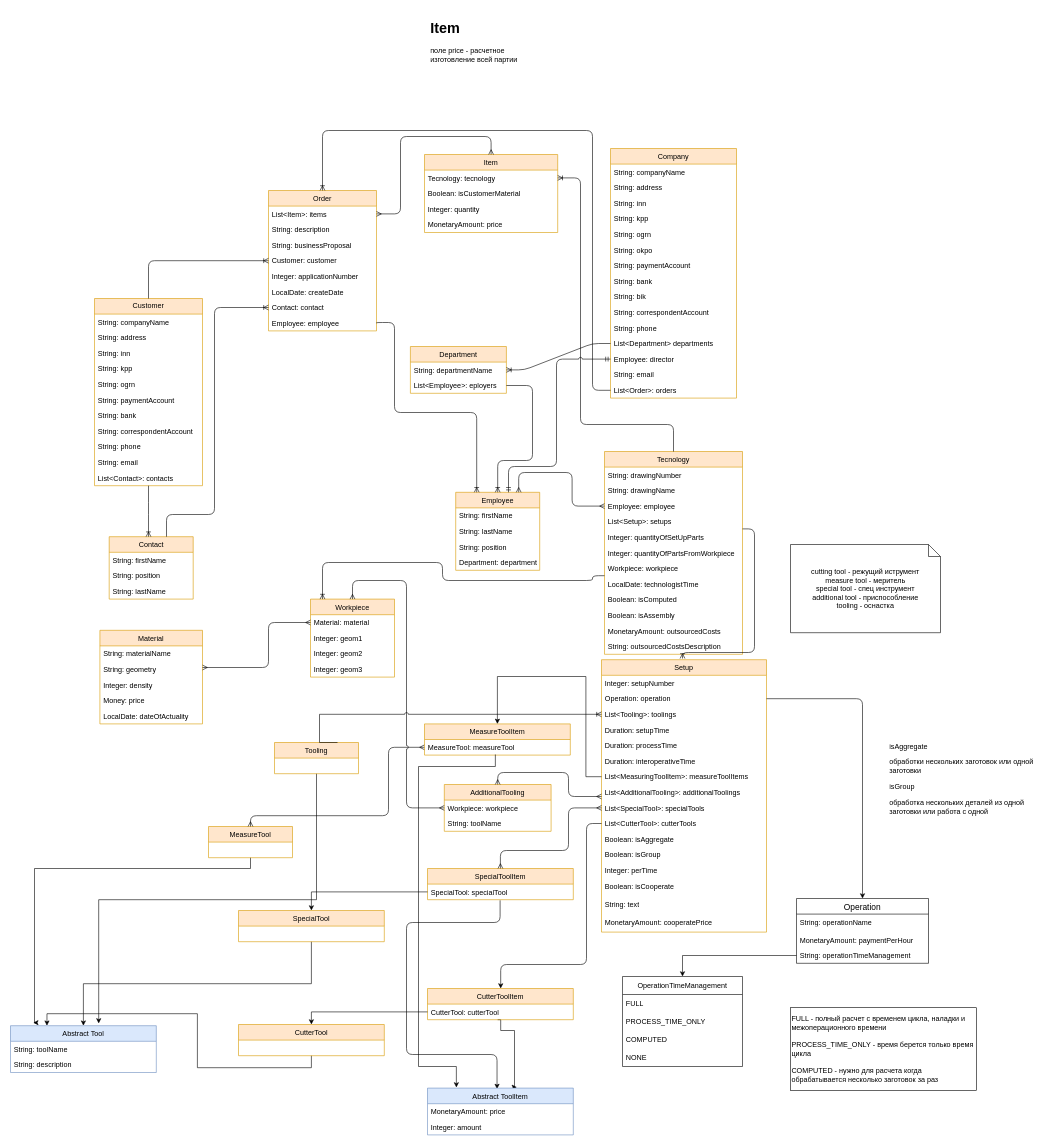
Shaman58/sfsb keeps this draw.io diagram as erp.drawio. Above is the earlier version. Source tidied: cells renumbered, new cells numbered last; positions are measured from the earlier drawing's top-left corner, leaving out a move shared by most shapes. Both pictures are drawn from the tidied source at 60%, with x=0, y=0 at pixel (10, 16).
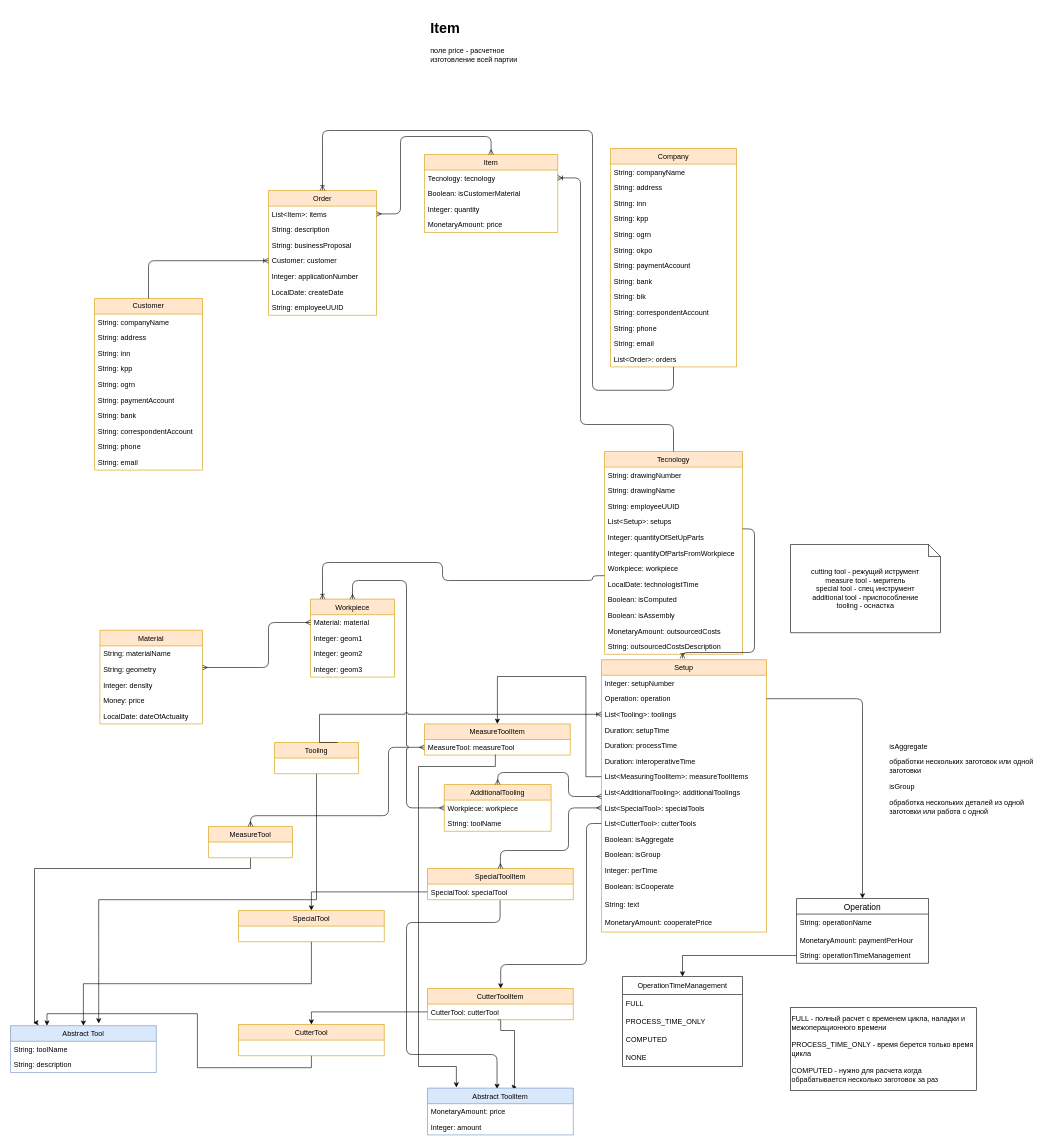
Above is the later version.

The change refers to these unchanged cells:
```xml
<mxCell id="17" value="Tecnology" style="swimlane;fontStyle=0;horizontal=1;startSize=26;fillColor=#ffe6cc;fontSize=12;glass=0;comic=0;strokeColor=#d79b00;" parent="1" vertex="1">
  <mxGeometry x="990" y="725" width="230" height="338" as="geometry" />
</mxCell>
```

The edit, as a diff of the source:
```diff
@@
     <mxCell id="2" value="Order" style="swimlane;fontStyle=0;horizontal=1;startSize=26;fillColor=#ffe6cc;swimlaneLine=1;strokeColor=#d79b00;" parent="1" vertex="1">
-      <mxGeometry x="430" y="290" width="180" height="234" as="geometry" />
+      <mxGeometry x="430" y="290" width="180" height="208" as="geometry" />
     </mxCell>
@@
-    <mxCell id="9" value="Contact: contact" style="text;strokeColor=none;fillColor=none;align=left;verticalAlign=top;spacingLeft=4;spacingRight=4;overflow=hidden;points=[[0,0.5],[1,0.5]];portConstraint=eastwest;fontColor=#000000;" parent="2" vertex="1">
-      <mxGeometry y="182" width="180" height="26" as="geometry" />
-    </mxCell>
-    <mxCell id="10" value="Employee: employee" style="text;strokeColor=none;fillColor=none;align=left;verticalAlign=top;spacingLeft=4;spacingRight=4;overflow=hidden;points=[[0,0.5],[1,0.5]];portConstraint=eastwest;fontColor=#000000;" parent="2" vertex="1">
-      <mxGeometry y="208" width="180" height="26" as="geometry" />
+    <mxCell id="10" value="String: employeeUUID" style="text;strokeColor=none;fillColor=none;align=left;verticalAlign=top;spacingLeft=4;spacingRight=4;overflow=hidden;points=[[0,0.5],[1,0.5]];portConstraint=eastwest;fontColor=#000000;" parent="2" vertex="1">
+      <mxGeometry y="182" width="180" height="26" as="geometry" />
     </mxCell>
@@
-    <mxCell id="20" value="Employee: employee" style="text;strokeColor=none;fillColor=none;align=left;verticalAlign=top;spacingLeft=4;spacingRight=4;overflow=hidden;points=[[0,0.5],[1,0.5]];portConstraint=eastwest;" parent="17" vertex="1">
+    <mxCell id="20" value="String: employeeUUID" style="text;strokeColor=none;fillColor=none;align=left;verticalAlign=top;spacingLeft=4;spacingRight=4;overflow=hidden;points=[[0,0.5],[1,0.5]];portConstraint=eastwest;" parent="17" vertex="1">
       <mxGeometry y="78" width="230" height="26" as="geometry" />
     </mxCell>
@@
-    <mxCell id="37" value="Employee" style="swimlane;fontStyle=0;horizontal=1;startSize=26;fillColor=#ffe6cc;fontSize=12;strokeColor=#d79b00;" parent="1" vertex="1">
-      <mxGeometry x="742" y="793" width="140" height="130" as="geometry" />
-    </mxCell>
-    <mxCell id="38" value="String: firstName" style="text;strokeColor=none;fillColor=none;align=left;verticalAlign=top;spacingLeft=4;spacingRight=4;overflow=hidden;" parent="37" vertex="1">
-      <mxGeometry y="26" width="140" height="26" as="geometry" />
-    </mxCell>
-    <mxCell id="39" value="String: lastName" style="text;strokeColor=none;fillColor=none;align=left;verticalAlign=top;spacingLeft=4;spacingRight=4;overflow=hidden;" parent="37" vertex="1">
-      <mxGeometry y="52" width="140" height="26" as="geometry" />
-    </mxCell>
-    <mxCell id="40" value="String: position" style="text;strokeColor=none;fillColor=none;align=left;verticalAlign=top;spacingLeft=4;spacingRight=4;overflow=hidden;" parent="37" vertex="1">
-      <mxGeometry y="78" width="140" height="26" as="geometry" />
-    </mxCell>
-    <mxCell id="41" value="Department: department" style="text;strokeColor=none;fillColor=none;align=left;verticalAlign=top;spacingLeft=4;spacingRight=4;overflow=hidden;" parent="37" vertex="1">
-      <mxGeometry y="104" width="140" height="26" as="geometry" />
-    </mxCell>
-    <mxCell id="42" style="edgeStyle=orthogonalEdgeStyle;fontSize=12;html=1;endArrow=ERmany;startArrow=ERmany;exitX=0.75;exitY=0;exitDx=0;exitDy=0;entryX=0;entryY=0.5;entryDx=0;entryDy=0;" parent="1" edge="1" source="37" target="20">
-      <mxGeometry relative="1" as="geometry">
-        <Array as="points">
-          <mxPoint x="847" y="760" />
-          <mxPoint x="936" y="760" />
-          <mxPoint x="936" y="816" />
-        </Array>
-      </mxGeometry>
-    </mxCell>
-    <mxCell id="43" value="Department" style="swimlane;fontStyle=0;horizontal=1;startSize=26;fillColor=#ffe6cc;fontSize=12;strokeColor=#d79b00;" parent="1" vertex="1">
-      <mxGeometry x="666.5" y="550" width="160" height="78" as="geometry" />
-    </mxCell>
-    <mxCell id="44" value="String: departmentName" style="text;strokeColor=none;fillColor=none;align=left;verticalAlign=top;spacingLeft=4;spacingRight=4;overflow=hidden;" parent="43" vertex="1">
-      <mxGeometry y="26" width="160" height="26" as="geometry" />
-    </mxCell>
-    <mxCell id="45" value="List&lt;Employee&gt;: eployers" style="text;strokeColor=none;fillColor=none;align=left;verticalAlign=top;spacingLeft=4;spacingRight=4;overflow=hidden;points=[[0,0.5],[1,0.5]];portConstraint=eastwest;" parent="43" vertex="1">
-      <mxGeometry y="52" width="160" height="26" as="geometry" />
-    </mxCell>
-    <mxCell id="46" style="edgeStyle=orthogonalEdgeStyle;fontSize=12;html=1;endArrow=ERoneToMany;rounded=1;entryX=0.5;entryY=0;entryDx=0;entryDy=0;" parent="1" edge="1" source="45" target="37">
-      <mxGeometry relative="1" as="geometry">
-        <Array as="points">
-          <mxPoint x="870" y="615" />
-          <mxPoint x="870" y="740" />
-          <mxPoint x="812" y="740" />
-        </Array>
-      </mxGeometry>
-    </mxCell>
     <mxCell id="47" value="Company" style="swimlane;fontStyle=0;horizontal=1;startSize=26;fillColor=#ffe6cc;fontSize=12;strokeColor=#d79b00;" parent="1" vertex="1">
-      <mxGeometry x="1000" y="220" width="210" height="416" as="geometry" />
+      <mxGeometry x="1000" y="220" width="210" height="364" as="geometry" />
     </mxCell>
@@
-    <mxCell id="59" value="List&lt;Department&gt; departments" style="text;strokeColor=none;fillColor=none;align=left;verticalAlign=top;spacingLeft=4;spacingRight=4;overflow=hidden;points=[[0,0.5],[1,0.5]];portConstraint=eastwest;" parent="47" vertex="1">
-      <mxGeometry y="312" width="210" height="26" as="geometry" />
-    </mxCell>
-    <mxCell id="60" value="Employee: director" style="text;strokeColor=none;fillColor=none;align=left;verticalAlign=top;spacingLeft=4;spacingRight=4;overflow=hidden;points=[[0,0.5],[1,0.5]];portConstraint=eastwest;" parent="47" vertex="1">
-      <mxGeometry y="338" width="210" height="26" as="geometry" />
-    </mxCell>
     <mxCell id="61" value="String: email" style="text;strokeColor=none;fillColor=none;align=left;verticalAlign=top;spacingLeft=4;spacingRight=4;overflow=hidden;" parent="47" vertex="1">
-      <mxGeometry y="364" width="210" height="26" as="geometry" />
+      <mxGeometry y="312" width="210" height="26" as="geometry" />
     </mxCell>
     <mxCell id="62" value="List&lt;Order&gt;: orders" style="text;strokeColor=none;fillColor=none;align=left;verticalAlign=top;spacingLeft=4;spacingRight=4;overflow=hidden;points=[[0,0.5],[1,0.5]];portConstraint=eastwest;" parent="47" vertex="1">
-      <mxGeometry y="390" width="210" height="26" as="geometry" />
+      <mxGeometry y="338" width="210" height="26" as="geometry" />
     </mxCell>
-    <mxCell id="63" style="edgeStyle=entityRelationEdgeStyle;fontSize=12;html=1;endArrow=ERoneToMany;" parent="1" edge="1" source="59" target="43">
-      <mxGeometry relative="1" as="geometry" />
-    </mxCell>
-    <mxCell id="64" style="edgeStyle=orthogonalEdgeStyle;fontSize=12;html=1;endArrow=ERmandOne;startArrow=ERmandOne;entryX=0;entryY=0.5;entryDx=0;entryDy=0;jumpStyle=arc;verticalAlign=middle;" parent="1" edge="1" source="37" target="60">
-      <mxGeometry relative="1" as="geometry">
-        <Array as="points">
-          <mxPoint x="830" y="750" />
-          <mxPoint x="910" y="750" />
-          <mxPoint x="910" y="571" />
-        </Array>
-      </mxGeometry>
-    </mxCell>
@@
     <mxCell id="107" value="Customer" style="swimlane;fontStyle=0;horizontal=1;startSize=26;fillColor=#ffe6cc;whiteSpace=wrap;html=1;strokeColor=#d79b00;" parent="1" vertex="1">
-      <mxGeometry x="140" y="470" width="180" height="312" as="geometry" />
+      <mxGeometry x="140" y="470" width="180" height="286" as="geometry" />
     </mxCell>
@@
-    <mxCell id="118" value="List&lt;Contact&gt;: contacts" style="text;strokeColor=none;fillColor=none;align=left;verticalAlign=top;spacingLeft=4;spacingRight=4;overflow=hidden;points=[[0,0.5],[1,0.5]];portConstraint=eastwest;" parent="107" vertex="1">
-      <mxGeometry y="286" width="180" height="26" as="geometry" />
-    </mxCell>
@@
-    <mxCell id="120" value="Contact" style="swimlane;fontStyle=0;horizontal=1;startSize=26;fillColor=#ffe6cc;whiteSpace=wrap;html=1;strokeColor=#d79b00;" parent="1" vertex="1">
-      <mxGeometry x="164.5" y="867" width="140" height="104" as="geometry" />
-    </mxCell>
-    <mxCell id="121" value="String: firstName" style="text;strokeColor=none;fillColor=none;align=left;verticalAlign=top;spacingLeft=4;spacingRight=4;overflow=hidden;" parent="120" vertex="1">
-      <mxGeometry y="26" width="140" height="26" as="geometry" />
-    </mxCell>
-    <mxCell id="122" value="String: position" style="text;strokeColor=none;fillColor=none;align=left;verticalAlign=top;spacingLeft=4;spacingRight=4;overflow=hidden;" parent="120" vertex="1">
-      <mxGeometry y="52" width="140" height="26" as="geometry" />
-    </mxCell>
-    <mxCell id="123" value="String: lastName" style="text;strokeColor=none;fillColor=none;align=left;verticalAlign=top;spacingLeft=4;spacingRight=4;overflow=hidden;" parent="120" vertex="1">
-      <mxGeometry y="78" width="140" height="26" as="geometry" />
-    </mxCell>
-    <mxCell id="124" style="edgeStyle=orthogonalEdgeStyle;fontSize=12;html=1;endArrow=ERoneToMany;rounded=1;" parent="1" edge="1" source="118" target="120">
-      <mxGeometry relative="1" as="geometry">
-        <Array as="points">
-          <mxPoint x="230" y="820" />
-          <mxPoint x="230" y="820" />
-        </Array>
-      </mxGeometry>
-    </mxCell>
-    <mxCell id="125" style="edgeStyle=orthogonalEdgeStyle;fontSize=12;html=1;endArrow=ERoneToMany;rounded=1;entryX=0;entryY=0.5;entryDx=0;entryDy=0;" parent="1" edge="1" source="120" target="9">
-      <mxGeometry relative="1" as="geometry">
-        <Array as="points">
-          <mxPoint x="260" y="830" />
-          <mxPoint x="340" y="830" />
-          <mxPoint x="340" y="485" />
-        </Array>
-      </mxGeometry>
-    </mxCell>
-    <mxCell id="126" style="edgeStyle=orthogonalEdgeStyle;fontSize=12;html=1;endArrow=ERoneToMany;rounded=1;entryX=0.25;entryY=0;entryDx=0;entryDy=0;exitX=1;exitY=0.5;exitDx=0;exitDy=0;" parent="1" edge="1" source="10" target="37">
-      <mxGeometry relative="1" as="geometry">
-        <Array as="points">
-          <mxPoint x="610" y="510" />
-          <mxPoint x="640" y="510" />
-          <mxPoint x="640" y="660" />
-          <mxPoint x="777" y="660" />
-        </Array>
-      </mxGeometry>
-    </mxCell>
```
